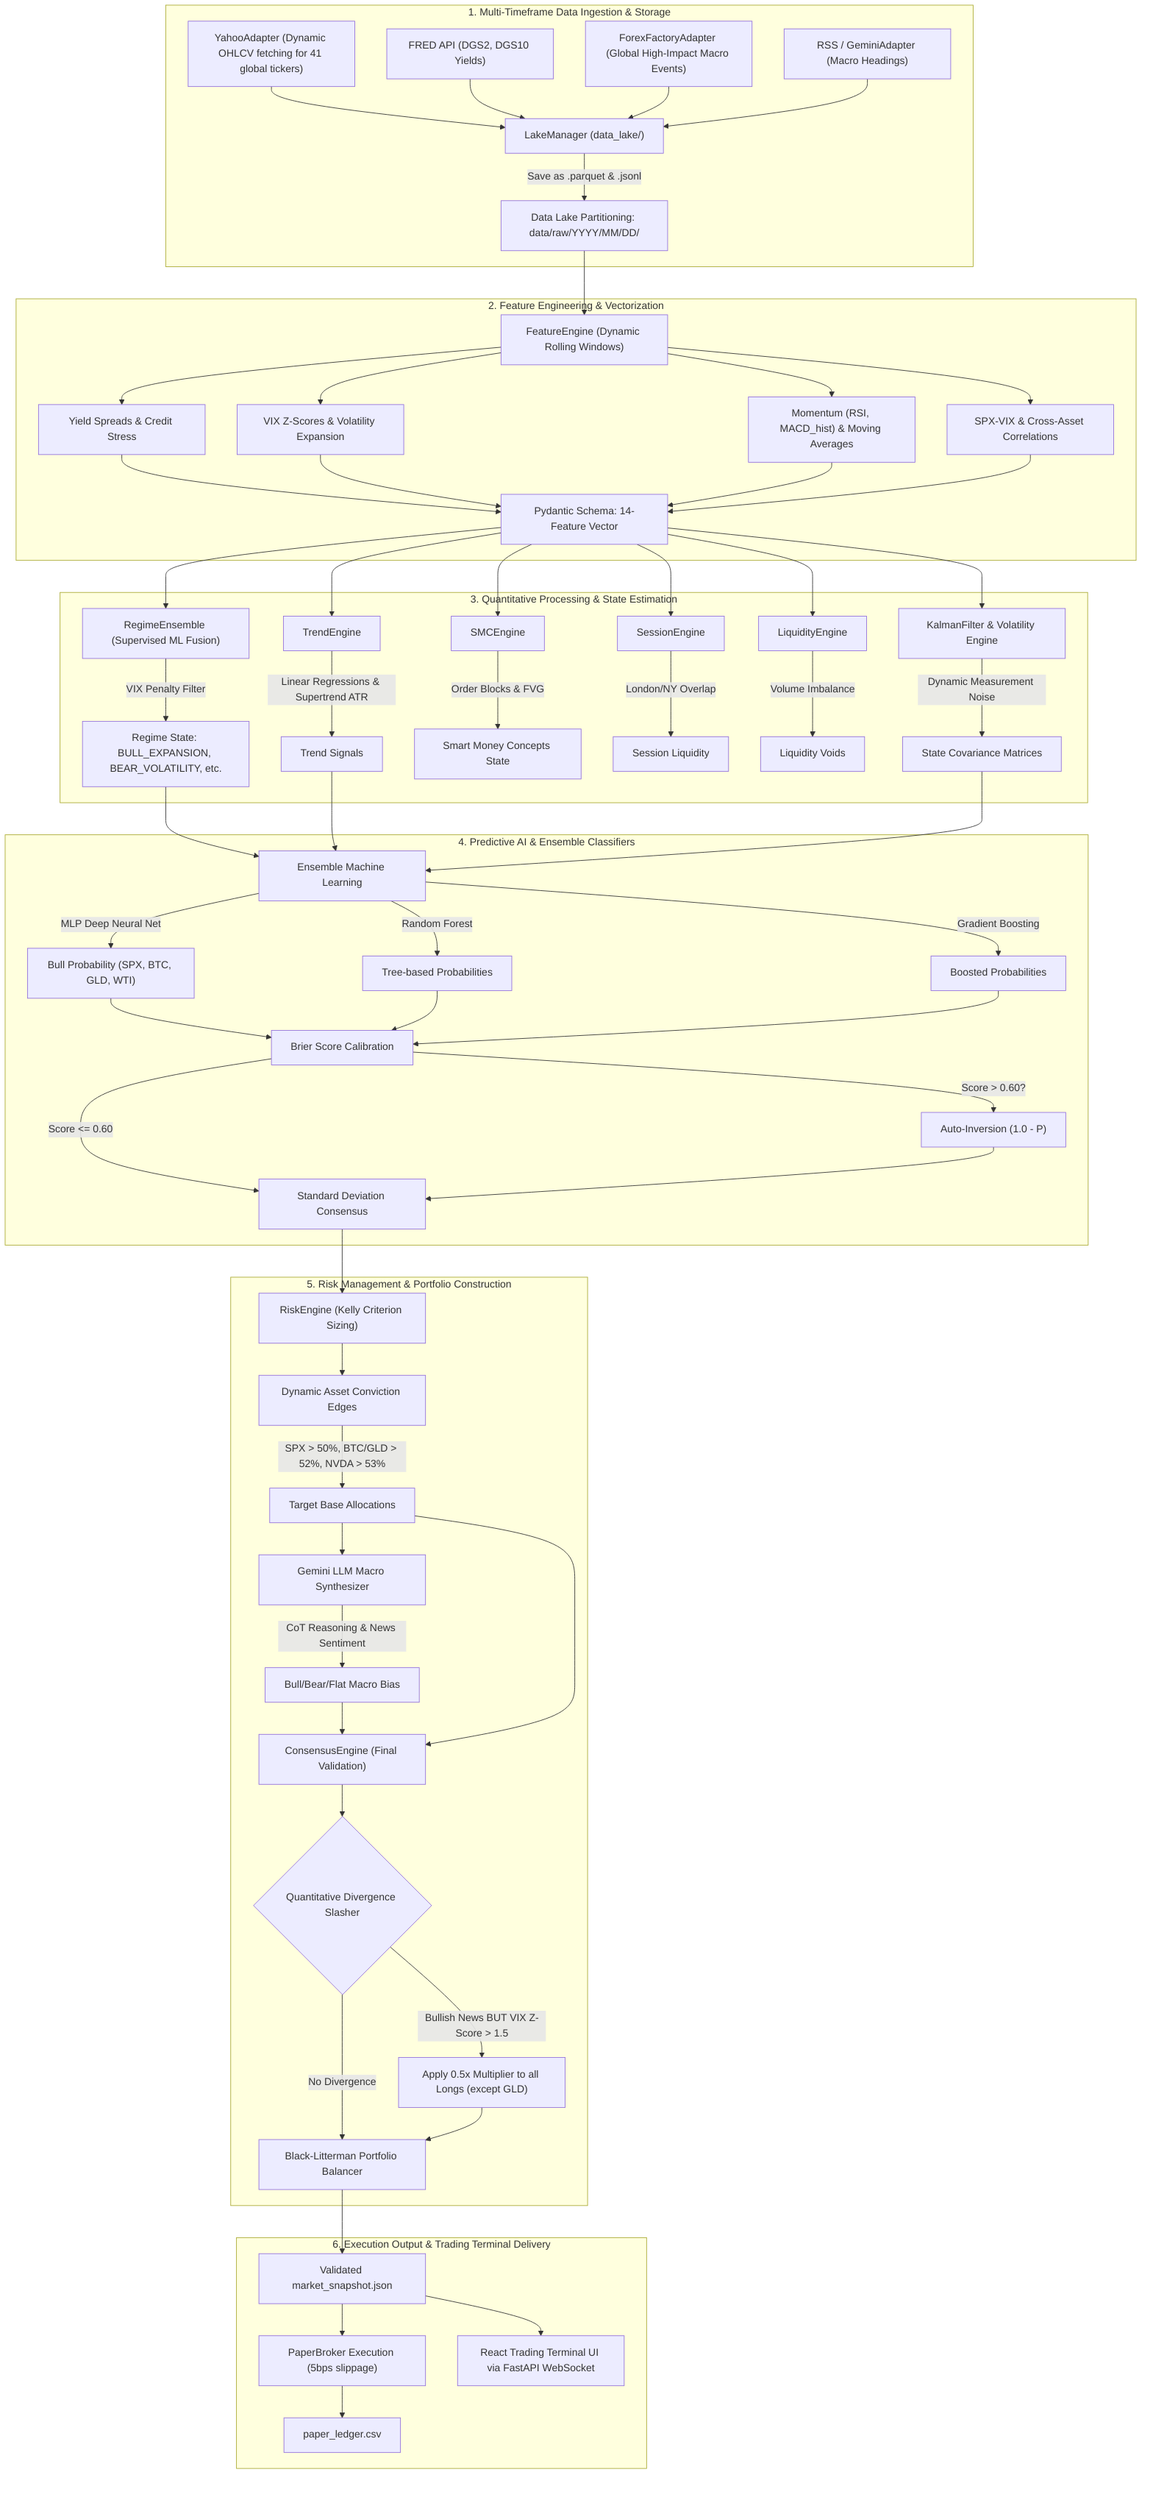
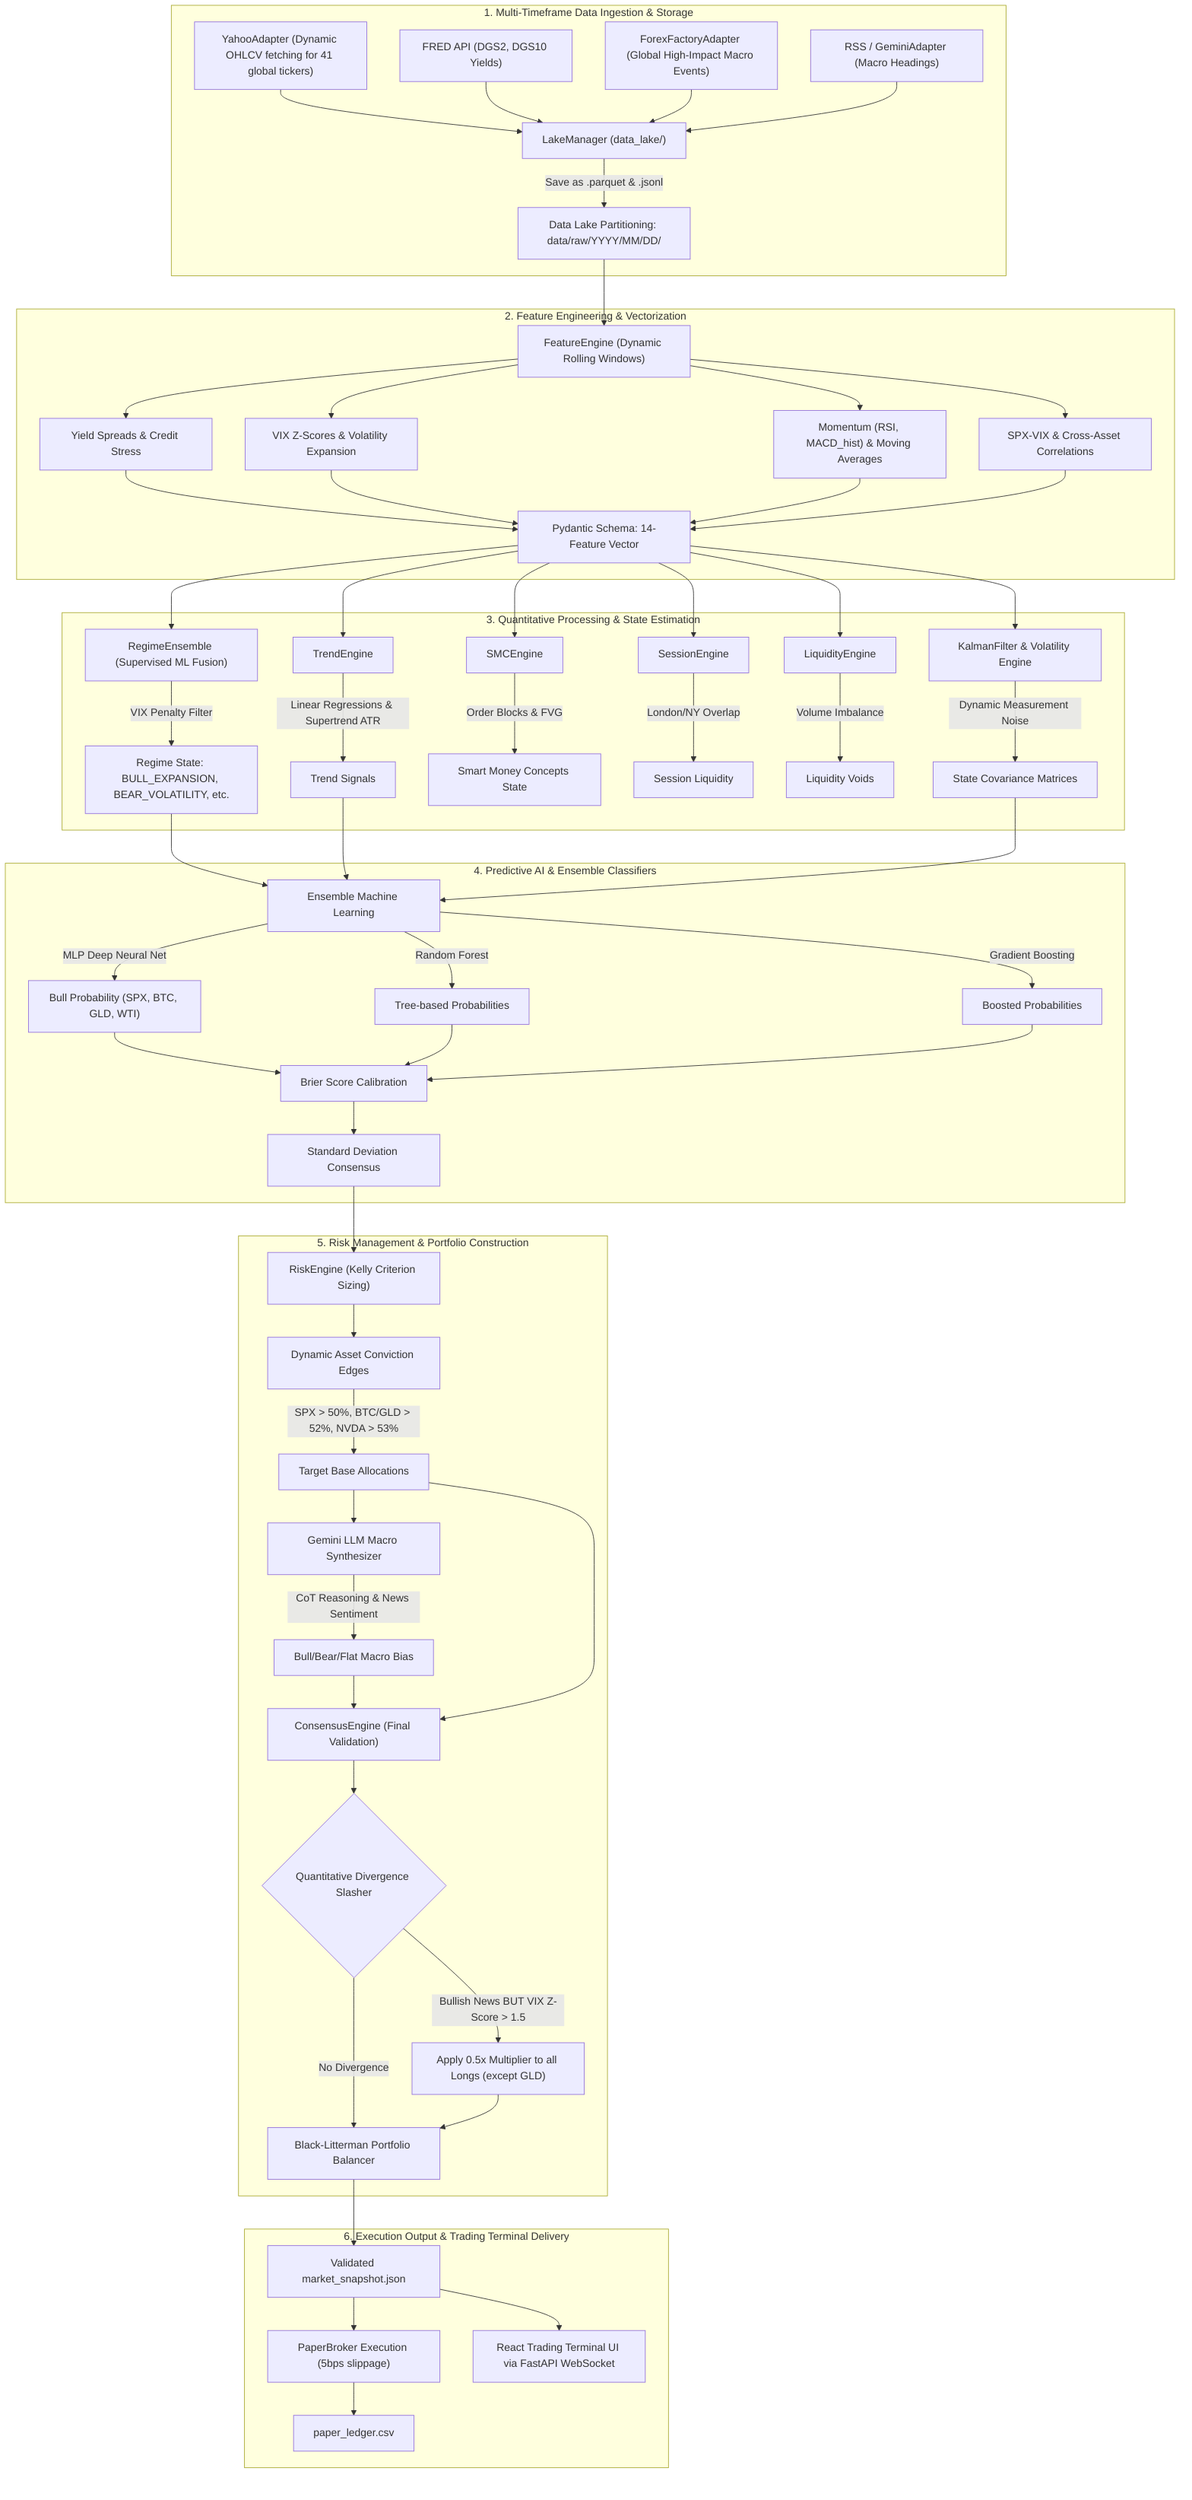
graph TD
    %% 1. Ingestion Phase
    subgraph Ingestion["1. Multi-Timeframe Data Ingestion & Storage"]
        YF["YahooAdapter (Dynamic OHLCV fetching for 41 global tickers)"]
        FRED["FRED API (DGS2, DGS10 Yields)"]
        FF["ForexFactoryAdapter (Global High-Impact Macro Events)"]
        News["RSS / GeminiAdapter (Macro Headings)"]
        LakeManager["LakeManager (data_lake/)"]
        Parquet["Data Lake Partitioning: data/raw/YYYY/MM/DD/"]

        YF --> LakeManager
        FRED --> LakeManager
        FF --> LakeManager
        News --> LakeManager
        LakeManager -->|"Save as .parquet & .jsonl"| Parquet
    end

    %% 2. Feature Engineering
    subgraph FeatureEngineering["2. Feature Engineering & Vectorization"]
        Parquet --> FE["FeatureEngine (Dynamic Rolling Windows)"]
        FE --> F_Spreads["Yield Spreads & Credit Stress"]
        FE --> F_Vol["VIX Z-Scores & Volatility Expansion"]
        FE --> F_Mom["Momentum (RSI, MACD_hist) & Moving Averages"]
        FE --> F_Corr["SPX-VIX & Cross-Asset Correlations"]
        F_Spreads & F_Vol & F_Mom & F_Corr --> Schema1["Pydantic Schema: 14-Feature Vector"]
    end

    %% 3. Quantitative Processing (Regimes & Trends)
    subgraph QuantProcessing["3. Quantitative Processing & State Estimation"]
        Schema1 --> Regime["RegimeEnsemble (Supervised ML Fusion)"]
        Regime -->|"VIX Penalty Filter"| RegimeState["Regime State: BULL_EXPANSION, BEAR_VOLATILITY, etc."]

        Schema1 --> Trend["TrendEngine"]
        Trend -->|"Linear Regressions & Supertrend ATR"| TrendState["Trend Signals"]

        Schema1 --> SMC["SMCEngine"]
        SMC -->|"Order Blocks & FVG"| SMCState["Smart Money Concepts State"]

        Schema1 --> Session["SessionEngine"]
        Session -->|"London/NY Overlap"| SessionState["Session Liquidity"]

        Schema1 --> Liquidity["LiquidityEngine"]
        Liquidity -->|"Volume Imbalance"| LiqState["Liquidity Voids"]

        Schema1 --> KF["KalmanFilter & Volatility Engine"]
        KF -->|"Dynamic Measurement Noise"| VolState["State Covariance Matrices"]
    end

    %% 4. AI & Ensembles
    subgraph AI["4. Predictive AI & Ensemble Classifiers"]
        RegimeState & TrendState & VolState --> Ens["Ensemble Machine Learning"]
        Ens -->|"MLP Deep Neural Net"| ProbMLP["Bull Probability (SPX, BTC, GLD, WTI)"]
        Ens -->|"Random Forest"| ProbRF["Tree-based Probabilities"]
        Ens -->|"Gradient Boosting"| ProbGB["Boosted Probabilities"]

        ProbMLP & ProbRF & ProbGB --> Calib["Brier Score Calibration"]
-         Calib -->|"Score > 0.60?"| Inv["Auto-Inversion (1.0 - P)"]
-         Calib -->|"Score <= 0.60"| Cons["Standard Deviation Consensus"]
-         Inv --> Cons
+         Calib --> Cons["Standard Deviation Consensus"]
    end

    %% 5. Risk & Execution
    subgraph Risk["5. Risk Management & Portfolio Construction"]
        Cons --> RE["RiskEngine (Kelly Criterion Sizing)"]

        RE --> Edge["Dynamic Asset Conviction Edges"]
        Edge -->|"SPX > 50%, BTC/GLD > 52%, NVDA > 53%"| TargetAlloc["Target Base Allocations"]

        TargetAlloc --> MacroLLM["Gemini LLM Macro Synthesizer"]
        MacroLLM -->|"CoT Reasoning & News Sentiment"| LLMSignal["Bull/Bear/Flat Macro Bias"]

        LLMSignal & TargetAlloc --> ConsensusEng["ConsensusEngine (Final Validation)"]
        ConsensusEng --> DivCheck{"Quantitative Divergence Slasher"}
        DivCheck -->|"Bullish News BUT VIX Z-Score > 1.5"| Slash["Apply 0.5x Multiplier to all Longs (except GLD)"]
        DivCheck -->|"No Divergence"| BlackLitterman["Black-Litterman Portfolio Balancer"]
        Slash --> BlackLitterman
    end

    %% 6. Output
    subgraph Out["6. Execution Output & Trading Terminal Delivery"]
        BlackLitterman --> Snap["Validated market_snapshot.json"]
        Snap --> PB["PaperBroker Execution (5bps slippage)"]
        PB --> Ledger["paper_ledger.csv"]
        Snap --> Terminal["React Trading Terminal UI via FastAPI WebSocket"]
    end
